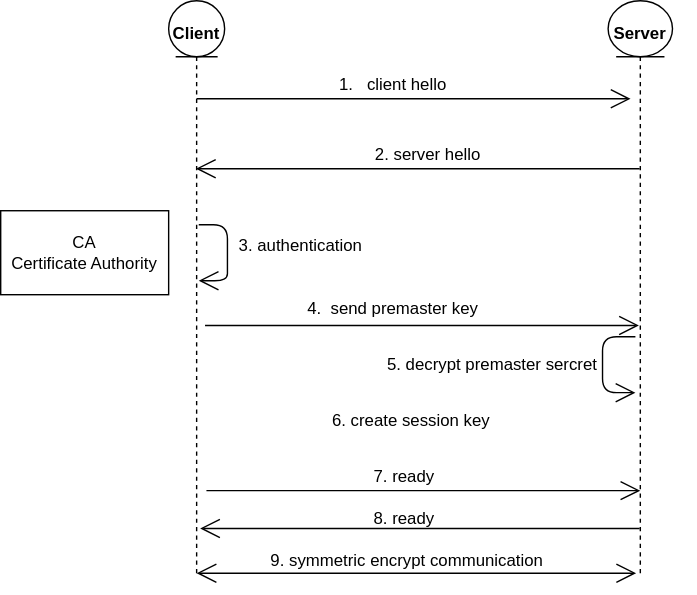
Before: unidirectional-authentication.drawio.svg, a diagram exported from draw.io (iCocoa/blog-diagram). Source tidied: cells renumbered, new cells last; positions are measured from the earlier drawing's top-left corner, leaving out a move shared by most shapes.
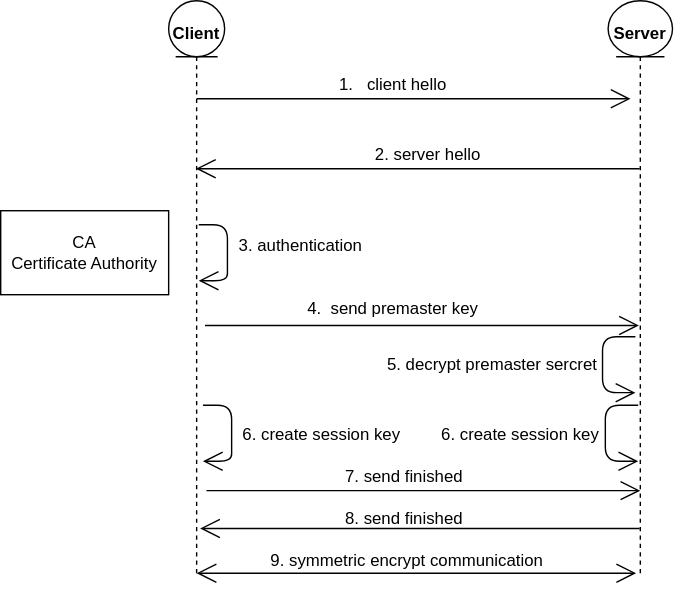
After the change.

The edit, as a diff of the source:
```diff
@@ -79,7 +79,7 @@
       <mxGeometry x="266" y="250" width="170" height="20" as="geometry" />
     </mxCell>
     <mxCell id="17" value="6. create session key" style="text;html=1;align=center;verticalAlign=middle;strokeColor=none;" parent="1" vertex="1">
-      <mxGeometry x="228" y="290" width="130" height="20" as="geometry" />
+      <mxGeometry x="164" y="300" width="130" height="20" as="geometry" />
     </mxCell>
     <mxCell id="18" style="endArrow=open;endFill=1;endSize=12;html=1;" parent="1" edge="1">
       <mxGeometry relative="1" as="geometry">
@@ -87,11 +87,11 @@
         <mxPoint x="456" y="232" as="targetPoint" />
       </mxGeometry>
     </mxCell>
-    <mxCell id="19" value="7. ready" style="text;html=1;align=center;verticalAlign=middle;strokeColor=none;" parent="1" vertex="1">
-      <mxGeometry x="258" y="330" width="60" height="20" as="geometry" />
+    <mxCell id="19" value="7. send finished" style="text;html=1;align=center;verticalAlign=middle;strokeColor=none;" parent="1" vertex="1">
+      <mxGeometry x="238" y="330" width="100" height="20" as="geometry" />
     </mxCell>
-    <mxCell id="20" value="8. ready" style="text;html=1;align=center;verticalAlign=middle;strokeColor=none;" parent="1" vertex="1">
-      <mxGeometry x="258" y="360" width="60" height="20" as="geometry" />
+    <mxCell id="20" value="8. send finished" style="text;html=1;align=center;verticalAlign=middle;strokeColor=none;" parent="1" vertex="1">
+      <mxGeometry x="238" y="360" width="100" height="20" as="geometry" />
     </mxCell>
     <mxCell id="21" style="endArrow=open;endFill=1;endSize=12;html=1;startArrow=open;startFill=0;startSize=12;" parent="1" edge="1">
       <mxGeometry relative="1" as="geometry">
@@ -108,5 +108,29 @@
     <mxCell id="23" value="9. symmetric encrypt communication" style="text;html=1;align=center;verticalAlign=middle;strokeColor=none;" parent="1" vertex="1">
       <mxGeometry x="185" y="390" width="210" height="20" as="geometry" />
     </mxCell>
+    <mxCell id="24" style="endArrow=open;endFill=1;endSize=12;html=1;" parent="1" edge="1">
+      <mxGeometry relative="1" as="geometry">
+        <mxPoint x="455.5" y="289" as="sourcePoint" />
+        <mxPoint x="455.5" y="329" as="targetPoint" />
+        <Array as="points">
+          <mxPoint x="432" y="289" />
+          <mxPoint x="432" y="329" />
+        </Array>
+      </mxGeometry>
+    </mxCell>
+    <mxCell id="25" style="endArrow=open;endFill=1;endSize=12;html=1;" parent="1" edge="1">
+      <mxGeometry relative="1" as="geometry">
+        <mxPoint x="144.5" y="289" as="sourcePoint" />
+        <mxPoint x="144.5" y="329" as="targetPoint" />
+        <Array as="points">
+          <mxPoint x="165" y="289" />
+          <mxPoint x="165" y="309" />
+          <mxPoint x="165" y="329" />
+        </Array>
+      </mxGeometry>
+    </mxCell>
+    <mxCell id="26" value="6. create session key" style="text;html=1;align=center;verticalAlign=middle;strokeColor=none;" parent="1" vertex="1">
+      <mxGeometry x="306" y="300" width="130" height="20" as="geometry" />
+    </mxCell>
   </root>
 </mxGraphModel>
```
